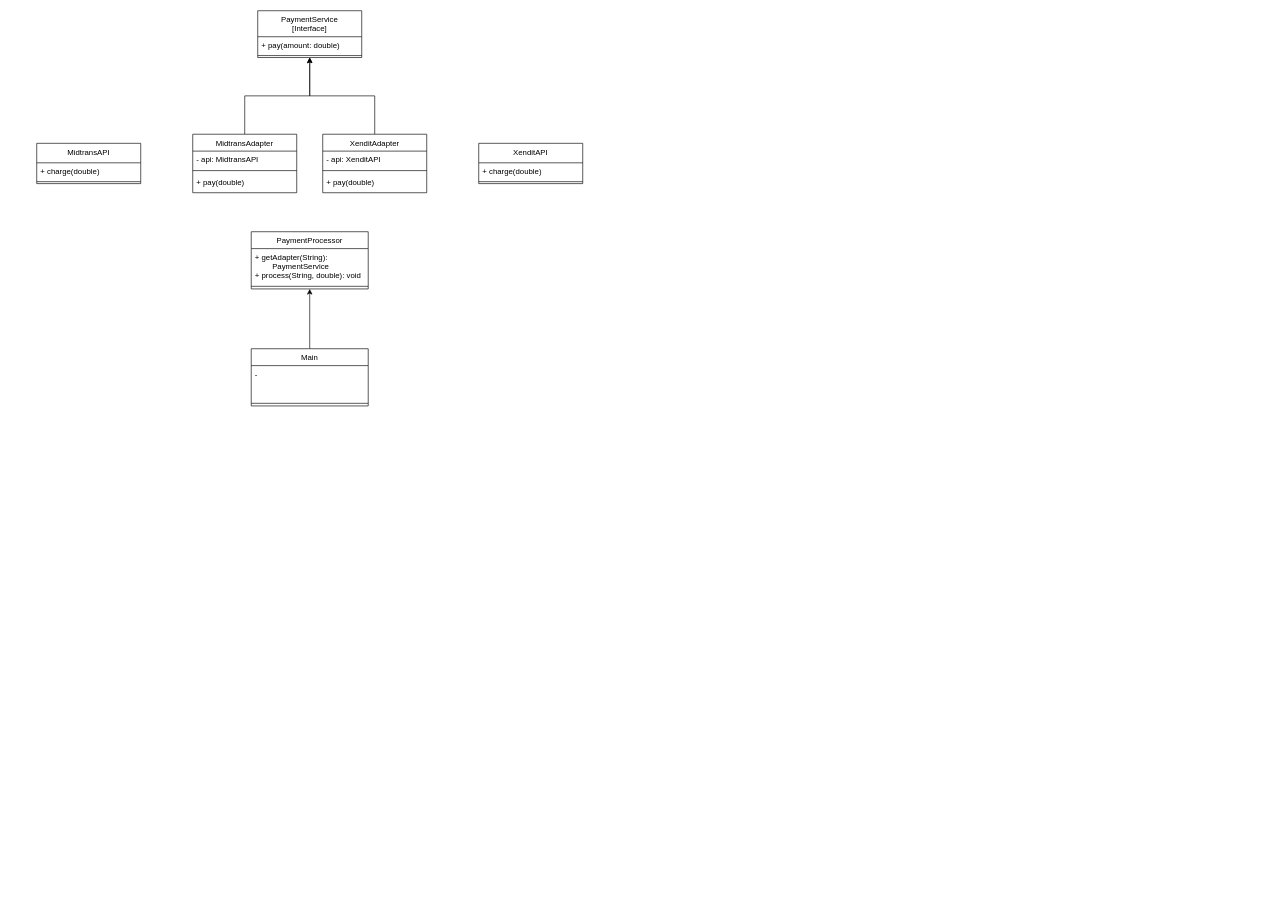
The draw.io diagram Week11/TekproWeek11PatternDesign.drawio in mailvlous/teknikPemrograman, before the edit. Source tidied: cells renumbered, new cells numbered last; positions are measured from the earlier drawing's top-left corner, leaving out a move shared by most shapes. Both pictures are drawn from the tidied source at 65%, with x=0, y=0 at pixel (36, 10).
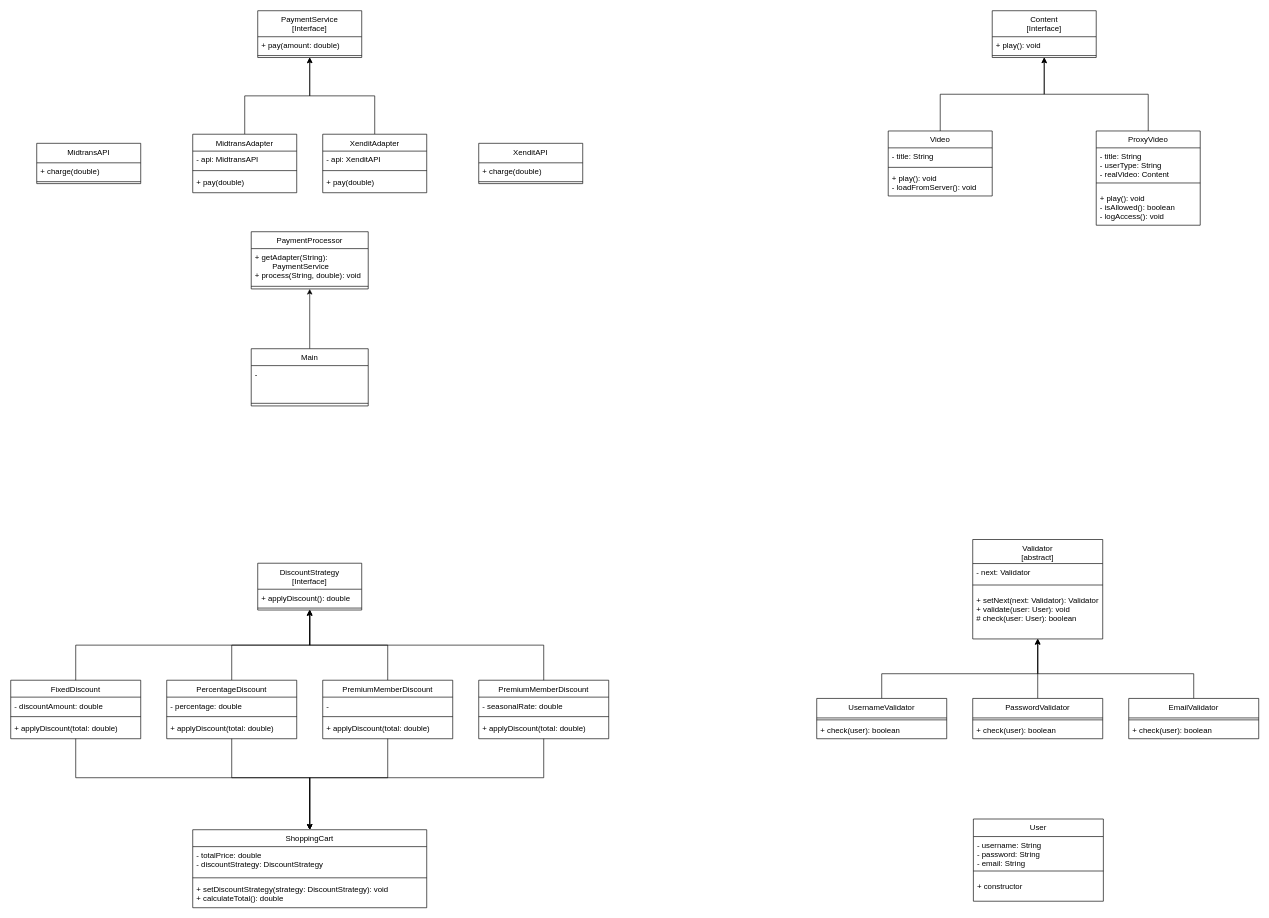
The same diagram, later.

The edit, as a diff of the source:
```diff
@@
+    <mxCell id="28" value="Content&#10;[Interface]" style="swimlane;fontStyle=0;align=center;verticalAlign=top;horizontal=1;startSize=40;rounded=0;shadow=0;strokeWidth=1;" parent="1" vertex="1">
+      <mxGeometry x="1470" width="160" height="72" as="geometry" />
+    </mxCell>
+    <mxCell id="29" value="+ play(): void" style="text;align=left;verticalAlign=top;spacingLeft=4;spacingRight=4;overflow=hidden;" parent="28" vertex="1">
+      <mxGeometry y="40" width="160" height="26" as="geometry" />
+    </mxCell>
+    <mxCell id="30" style="line;html=1;strokeWidth=1;align=left;verticalAlign=middle;spacingTop=-1;spacingLeft=3;spacingRight=3;labelPosition=right;" parent="28" vertex="1">
+      <mxGeometry y="66" width="160" height="6" as="geometry" />
+    </mxCell>
+    <mxCell id="31" style="edgeStyle=orthogonalEdgeStyle;rounded=0;jettySize=auto;html=1;entryX=0.5;entryY=1;entryDx=0;entryDy=0;" parent="1" edge="1" source="32" target="28">
+      <mxGeometry relative="1" as="geometry" />
+    </mxCell>
+    <mxCell id="32" value="Video" style="swimlane;fontStyle=0;align=center;verticalAlign=top;horizontal=1;startSize=26;rounded=0;shadow=0;strokeWidth=1;" parent="1" vertex="1">
+      <mxGeometry x="1310" y="185" width="160" height="100" as="geometry" />
+    </mxCell>
+    <mxCell id="33" value="- title: String" style="text;align=left;verticalAlign=top;spacingLeft=4;spacingRight=4;overflow=hidden;" parent="32" vertex="1">
+      <mxGeometry y="26" width="160" height="26" as="geometry" />
+    </mxCell>
+    <mxCell id="34" style="line;html=1;strokeWidth=1;align=left;verticalAlign=middle;spacingTop=-1;spacingLeft=3;spacingRight=3;labelPosition=right;" parent="32" vertex="1">
+      <mxGeometry y="52" width="160" height="8" as="geometry" />
+    </mxCell>
+    <mxCell id="35" value="+ play(): void&#10;- loadFromServer(): void" style="text;align=left;verticalAlign=top;spacingLeft=4;spacingRight=4;overflow=hidden;" parent="32" vertex="1">
+      <mxGeometry y="60" width="160" height="40" as="geometry" />
+    </mxCell>
+    <mxCell id="36" style="edgeStyle=orthogonalEdgeStyle;rounded=0;jettySize=auto;html=1;entryX=0.5;entryY=1;entryDx=0;entryDy=0;" parent="1" edge="1" source="37" target="28">
+      <mxGeometry relative="1" as="geometry" />
+    </mxCell>
+    <mxCell id="37" value="ProxyVideo" style="swimlane;fontStyle=0;align=center;verticalAlign=top;horizontal=1;startSize=26;rounded=0;shadow=0;strokeWidth=1;" parent="1" vertex="1">
+      <mxGeometry x="1630" y="185" width="160" height="145" as="geometry" />
+    </mxCell>
+    <mxCell id="38" value="- title: String&#10;- userType: String&#10;- realVideo: Content" style="text;align=left;verticalAlign=top;spacingLeft=4;spacingRight=4;overflow=hidden;" parent="37" vertex="1">
+      <mxGeometry y="26" width="160" height="44" as="geometry" />
+    </mxCell>
+    <mxCell id="39" style="line;html=1;strokeWidth=1;align=left;verticalAlign=middle;spacingTop=-1;spacingLeft=3;spacingRight=3;labelPosition=right;" parent="37" vertex="1">
+      <mxGeometry y="70" width="160" height="20" as="geometry" />
+    </mxCell>
+    <mxCell id="40" value="+ play(): void&#10;- isAllowed(): boolean&#10;- logAccess(): void" style="text;align=left;verticalAlign=top;spacingLeft=4;spacingRight=4;overflow=hidden;" parent="37" vertex="1">
+      <mxGeometry y="90" width="160" height="52" as="geometry" />
+    </mxCell>
+    <mxCell id="41" value="DiscountStrategy&#10;[Interface]" style="swimlane;fontStyle=0;align=center;verticalAlign=top;horizontal=1;startSize=40;rounded=0;shadow=0;strokeWidth=1;" parent="1" vertex="1">
+      <mxGeometry x="340" y="850" width="160" height="72" as="geometry" />
+    </mxCell>
+    <mxCell id="42" value="+ applyDiscount(): double" style="text;align=left;verticalAlign=top;spacingLeft=4;spacingRight=4;overflow=hidden;" parent="41" vertex="1">
+      <mxGeometry y="40" width="160" height="26" as="geometry" />
+    </mxCell>
+    <mxCell id="43" style="line;html=1;strokeWidth=1;align=left;verticalAlign=middle;spacingTop=-1;spacingLeft=3;spacingRight=3;labelPosition=right;" parent="41" vertex="1">
+      <mxGeometry y="66" width="160" height="6" as="geometry" />
+    </mxCell>
+    <mxCell id="44" style="edgeStyle=orthogonalEdgeStyle;rounded=0;jettySize=auto;html=1;entryX=0.5;entryY=1;entryDx=0;entryDy=0;" parent="1" edge="1" target="41">
+      <mxGeometry relative="1" as="geometry">
+        <mxPoint x="60" y="1036" as="sourcePoint" />
+        <Array as="points">
+          <mxPoint x="60" y="976" />
+          <mxPoint x="420" y="976" />
+        </Array>
+      </mxGeometry>
+    </mxCell>
+    <mxCell id="45" style="edgeStyle=orthogonalEdgeStyle;rounded=0;jettySize=auto;html=1;entryX=0.5;entryY=0;entryDx=0;entryDy=0;" parent="1" edge="1" source="46" target="68">
+      <mxGeometry relative="1" as="geometry">
+        <Array as="points">
+          <mxPoint x="60" y="1180" />
+          <mxPoint x="420" y="1180" />
+        </Array>
+      </mxGeometry>
+    </mxCell>
+    <mxCell id="46" value="FixedDiscount" style="swimlane;fontStyle=0;align=center;verticalAlign=top;horizontal=1;startSize=26;rounded=0;shadow=0;strokeWidth=1;" parent="1" vertex="1">
+      <mxGeometry x="-40" y="1030" width="200" height="90" as="geometry" />
+    </mxCell>
+    <mxCell id="47" value="- discountAmount: double" style="text;align=left;verticalAlign=top;spacingLeft=4;spacingRight=4;overflow=hidden;" parent="46" vertex="1">
+      <mxGeometry y="26" width="200" height="26" as="geometry" />
+    </mxCell>
+    <mxCell id="48" style="line;html=1;strokeWidth=1;align=left;verticalAlign=middle;spacingTop=-1;spacingLeft=3;spacingRight=3;labelPosition=right;" parent="46" vertex="1">
+      <mxGeometry y="52" width="200" height="8" as="geometry" />
+    </mxCell>
+    <mxCell id="49" value="+ applyDiscount(total: double)" style="text;align=left;verticalAlign=top;spacingLeft=4;spacingRight=4;overflow=hidden;" parent="46" vertex="1">
+      <mxGeometry y="60" width="200" height="26" as="geometry" />
+    </mxCell>
+    <mxCell id="50" style="edgeStyle=orthogonalEdgeStyle;rounded=0;jettySize=auto;html=1;entryX=0.5;entryY=1;entryDx=0;entryDy=0;" parent="1" edge="1" source="52" target="41">
+      <mxGeometry relative="1" as="geometry" />
+    </mxCell>
+    <mxCell id="51" style="edgeStyle=orthogonalEdgeStyle;rounded=0;jettySize=auto;html=1;entryX=0.5;entryY=0;entryDx=0;entryDy=0;" parent="1" edge="1" source="52" target="68">
+      <mxGeometry relative="1" as="geometry">
+        <Array as="points">
+          <mxPoint x="300" y="1180" />
+          <mxPoint x="420" y="1180" />
+        </Array>
+      </mxGeometry>
+    </mxCell>
+    <mxCell id="52" value="PercentageDiscount" style="swimlane;fontStyle=0;align=center;verticalAlign=top;horizontal=1;startSize=26;rounded=0;shadow=0;strokeWidth=1;" parent="1" vertex="1">
+      <mxGeometry x="200" y="1030" width="200" height="90" as="geometry" />
+    </mxCell>
+    <mxCell id="53" value="- percentage: double" style="text;align=left;verticalAlign=top;spacingLeft=4;spacingRight=4;overflow=hidden;" parent="52" vertex="1">
+      <mxGeometry y="26" width="200" height="26" as="geometry" />
+    </mxCell>
+    <mxCell id="54" style="line;html=1;strokeWidth=1;align=left;verticalAlign=middle;spacingTop=-1;spacingLeft=3;spacingRight=3;labelPosition=right;" parent="52" vertex="1">
+      <mxGeometry y="52" width="200" height="8" as="geometry" />
+    </mxCell>
+    <mxCell id="55" value="+ applyDiscount(total: double)" style="text;align=left;verticalAlign=top;spacingLeft=4;spacingRight=4;overflow=hidden;" parent="52" vertex="1">
+      <mxGeometry y="60" width="200" height="26" as="geometry" />
+    </mxCell>
+    <mxCell id="56" style="edgeStyle=orthogonalEdgeStyle;rounded=0;jettySize=auto;html=1;entryX=0.5;entryY=1;entryDx=0;entryDy=0;" parent="1" edge="1" source="58" target="41">
+      <mxGeometry relative="1" as="geometry" />
+    </mxCell>
+    <mxCell id="57" style="edgeStyle=orthogonalEdgeStyle;rounded=0;jettySize=auto;html=1;entryX=0.5;entryY=0;entryDx=0;entryDy=0;" parent="1" edge="1" source="58" target="68">
+      <mxGeometry relative="1" as="geometry">
+        <Array as="points">
+          <mxPoint x="540" y="1180" />
+          <mxPoint x="420" y="1180" />
+        </Array>
+      </mxGeometry>
+    </mxCell>
+    <mxCell id="58" value="PremiumMemberDiscount" style="swimlane;fontStyle=0;align=center;verticalAlign=top;horizontal=1;startSize=26;rounded=0;shadow=0;strokeWidth=1;" parent="1" vertex="1">
+      <mxGeometry x="440" y="1030" width="200" height="90" as="geometry" />
+    </mxCell>
+    <mxCell id="59" value="- " style="text;align=left;verticalAlign=top;spacingLeft=4;spacingRight=4;overflow=hidden;" parent="58" vertex="1">
+      <mxGeometry y="26" width="200" height="26" as="geometry" />
+    </mxCell>
+    <mxCell id="60" style="line;html=1;strokeWidth=1;align=left;verticalAlign=middle;spacingTop=-1;spacingLeft=3;spacingRight=3;labelPosition=right;" parent="58" vertex="1">
+      <mxGeometry y="52" width="200" height="8" as="geometry" />
+    </mxCell>
+    <mxCell id="61" value="+ applyDiscount(total: double)" style="text;align=left;verticalAlign=top;spacingLeft=4;spacingRight=4;overflow=hidden;" parent="58" vertex="1">
+      <mxGeometry y="60" width="200" height="26" as="geometry" />
+    </mxCell>
+    <mxCell id="62" style="edgeStyle=orthogonalEdgeStyle;rounded=0;jettySize=auto;html=1;entryX=0.5;entryY=1;entryDx=0;entryDy=0;" parent="1" edge="1" target="41">
+      <mxGeometry relative="1" as="geometry">
+        <mxPoint x="780" y="1036" as="sourcePoint" />
+        <Array as="points">
+          <mxPoint x="780" y="976" />
+          <mxPoint x="420" y="976" />
+        </Array>
+      </mxGeometry>
+    </mxCell>
+    <mxCell id="63" style="edgeStyle=orthogonalEdgeStyle;rounded=0;jettySize=auto;html=1;entryX=0.5;entryY=0;entryDx=0;entryDy=0;" parent="1" edge="1" source="64" target="68">
+      <mxGeometry relative="1" as="geometry">
+        <Array as="points">
+          <mxPoint x="780" y="1180" />
+          <mxPoint x="420" y="1180" />
+        </Array>
+      </mxGeometry>
+    </mxCell>
+    <mxCell id="64" value="PremiumMemberDiscount" style="swimlane;fontStyle=0;align=center;verticalAlign=top;horizontal=1;startSize=26;rounded=0;shadow=0;strokeWidth=1;" parent="1" vertex="1">
+      <mxGeometry x="680" y="1030" width="200" height="90" as="geometry" />
+    </mxCell>
+    <mxCell id="65" value="- seasonalRate: double" style="text;align=left;verticalAlign=top;spacingLeft=4;spacingRight=4;overflow=hidden;" parent="64" vertex="1">
+      <mxGeometry y="26" width="200" height="26" as="geometry" />
+    </mxCell>
+    <mxCell id="66" style="line;html=1;strokeWidth=1;align=left;verticalAlign=middle;spacingTop=-1;spacingLeft=3;spacingRight=3;labelPosition=right;" parent="64" vertex="1">
+      <mxGeometry y="52" width="200" height="8" as="geometry" />
+    </mxCell>
+    <mxCell id="67" value="+ applyDiscount(total: double)" style="text;align=left;verticalAlign=top;spacingLeft=4;spacingRight=4;overflow=hidden;" parent="64" vertex="1">
+      <mxGeometry y="60" width="200" height="26" as="geometry" />
+    </mxCell>
+    <mxCell id="68" value="ShoppingCart" style="swimlane;fontStyle=0;align=center;verticalAlign=top;horizontal=1;startSize=26;rounded=0;shadow=0;strokeWidth=1;" parent="1" vertex="1">
+      <mxGeometry x="240" y="1260" width="360" height="120" as="geometry" />
+    </mxCell>
+    <mxCell id="69" value="- totalPrice: double&#10;- discountStrategy: DiscountStrategy" style="text;align=left;verticalAlign=top;spacingLeft=4;spacingRight=4;overflow=hidden;" parent="68" vertex="1">
+      <mxGeometry y="26" width="360" height="44" as="geometry" />
+    </mxCell>
+    <mxCell id="70" style="line;html=1;strokeWidth=1;align=left;verticalAlign=middle;spacingTop=-1;spacingLeft=3;spacingRight=3;labelPosition=right;" parent="68" vertex="1">
+      <mxGeometry y="70" width="360" height="8" as="geometry" />
+    </mxCell>
+    <mxCell id="71" value="+ setDiscountStrategy(strategy: DiscountStrategy): void&#10;+ calculateTotal(): double" style="text;align=left;verticalAlign=top;spacingLeft=4;spacingRight=4;overflow=hidden;" parent="68" vertex="1">
+      <mxGeometry y="78" width="360" height="42" as="geometry" />
+    </mxCell>
+    <mxCell id="72" value="Validator&#10;[abstract]" style="swimlane;fontStyle=0;align=center;verticalAlign=top;horizontal=1;startSize=37;rounded=0;shadow=0;strokeWidth=1;" parent="1" vertex="1">
+      <mxGeometry x="1440" y="813.5" width="200" height="153" as="geometry" />
+    </mxCell>
+    <mxCell id="73" value="- next: Validator&#10;" style="text;align=left;verticalAlign=top;spacingLeft=4;spacingRight=4;overflow=hidden;" parent="72" vertex="1">
+      <mxGeometry y="37" width="200" height="23" as="geometry" />
+    </mxCell>
+    <mxCell id="74" style="line;html=1;strokeWidth=1;align=left;verticalAlign=middle;spacingTop=-1;spacingLeft=3;spacingRight=3;labelPosition=right;" parent="72" vertex="1">
+      <mxGeometry y="60" width="200" height="20" as="geometry" />
+    </mxCell>
+    <mxCell id="75" value="+ setNext(next: Validator): Validator&#10;+ validate(user: User): void&#10;# check(user: User): boolean" style="text;align=left;verticalAlign=top;spacingLeft=4;spacingRight=4;overflow=hidden;" parent="72" vertex="1">
+      <mxGeometry y="80" width="200" height="52" as="geometry" />
+    </mxCell>
+    <mxCell id="76" style="edgeStyle=orthogonalEdgeStyle;rounded=0;jettySize=auto;html=1;entryX=0.5;entryY=1;entryDx=0;entryDy=0;" parent="1" edge="1" source="77" target="72">
+      <mxGeometry relative="1" as="geometry">
+        <Array as="points">
+          <mxPoint x="1300" y="1020" />
+          <mxPoint x="1540" y="1020" />
+        </Array>
+      </mxGeometry>
+    </mxCell>
+    <mxCell id="77" value="UsernameValidator" style="swimlane;fontStyle=0;align=center;verticalAlign=top;horizontal=1;startSize=30;rounded=0;shadow=0;strokeWidth=1;" parent="1" vertex="1">
+      <mxGeometry x="1200" y="1058" width="200" height="62" as="geometry" />
+    </mxCell>
+    <mxCell id="78" style="line;html=1;strokeWidth=1;align=left;verticalAlign=middle;spacingTop=-1;spacingLeft=3;spacingRight=3;labelPosition=right;" parent="77" vertex="1">
+      <mxGeometry y="30" width="200" height="6" as="geometry" />
+    </mxCell>
+    <mxCell id="79" value="+ check(user): boolean" style="text;align=left;verticalAlign=top;spacingLeft=4;spacingRight=4;overflow=hidden;" parent="77" vertex="1">
+      <mxGeometry y="36" width="200" height="26" as="geometry" />
+    </mxCell>
+    <mxCell id="80" style="edgeStyle=orthogonalEdgeStyle;rounded=0;jettySize=auto;html=1;entryX=0.5;entryY=1;entryDx=0;entryDy=0;" parent="1" edge="1" source="81" target="72">
+      <mxGeometry relative="1" as="geometry" />
+    </mxCell>
+    <mxCell id="81" value="PasswordValidator" style="swimlane;fontStyle=0;align=center;verticalAlign=top;horizontal=1;startSize=30;rounded=0;shadow=0;strokeWidth=1;" parent="1" vertex="1">
+      <mxGeometry x="1440" y="1058" width="200" height="62" as="geometry" />
+    </mxCell>
+    <mxCell id="82" style="line;html=1;strokeWidth=1;align=left;verticalAlign=middle;spacingTop=-1;spacingLeft=3;spacingRight=3;labelPosition=right;" parent="81" vertex="1">
+      <mxGeometry y="30" width="200" height="6" as="geometry" />
+    </mxCell>
+    <mxCell id="83" value="+ check(user): boolean" style="text;align=left;verticalAlign=top;spacingLeft=4;spacingRight=4;overflow=hidden;" parent="81" vertex="1">
+      <mxGeometry y="36" width="200" height="26" as="geometry" />
+    </mxCell>
+    <mxCell id="84" style="edgeStyle=orthogonalEdgeStyle;rounded=0;jettySize=auto;html=1;entryX=0.5;entryY=1;entryDx=0;entryDy=0;" parent="1" edge="1" source="85" target="72">
+      <mxGeometry relative="1" as="geometry">
+        <Array as="points">
+          <mxPoint x="1780" y="1020" />
+          <mxPoint x="1540" y="1020" />
+        </Array>
+      </mxGeometry>
+    </mxCell>
+    <mxCell id="85" value="EmailValidator" style="swimlane;fontStyle=0;align=center;verticalAlign=top;horizontal=1;startSize=30;rounded=0;shadow=0;strokeWidth=1;" parent="1" vertex="1">
+      <mxGeometry x="1680" y="1058" width="200" height="62" as="geometry" />
+    </mxCell>
+    <mxCell id="86" style="line;html=1;strokeWidth=1;align=left;verticalAlign=middle;spacingTop=-1;spacingLeft=3;spacingRight=3;labelPosition=right;" parent="85" vertex="1">
+      <mxGeometry y="30" width="200" height="6" as="geometry" />
+    </mxCell>
+    <mxCell id="87" value="+ check(user): boolean" style="text;align=left;verticalAlign=top;spacingLeft=4;spacingRight=4;overflow=hidden;" parent="85" vertex="1">
+      <mxGeometry y="36" width="200" height="26" as="geometry" />
+    </mxCell>
+    <mxCell id="88" value="User" style="swimlane;fontStyle=0;align=center;verticalAlign=top;horizontal=1;startSize=27;rounded=0;shadow=0;strokeWidth=1;" parent="1" vertex="1">
+      <mxGeometry x="1441" y="1243.5" width="200" height="126.5" as="geometry" />
+    </mxCell>
+    <mxCell id="89" value="- username: String&#10;- password: String&#10;- email: String" style="text;align=left;verticalAlign=top;spacingLeft=4;spacingRight=4;overflow=hidden;" parent="88" vertex="1">
+      <mxGeometry y="27" width="200" height="43" as="geometry" />
+    </mxCell>
+    <mxCell id="90" style="line;html=1;strokeWidth=1;align=left;verticalAlign=middle;spacingTop=-1;spacingLeft=3;spacingRight=3;labelPosition=right;" parent="88" vertex="1">
+      <mxGeometry y="70" width="200" height="20" as="geometry" />
+    </mxCell>
+    <mxCell id="91" value="+ constructor" style="text;align=left;verticalAlign=top;spacingLeft=4;spacingRight=4;overflow=hidden;" parent="88" vertex="1">
+      <mxGeometry y="90" width="200" height="20" as="geometry" />
+    </mxCell>
```
